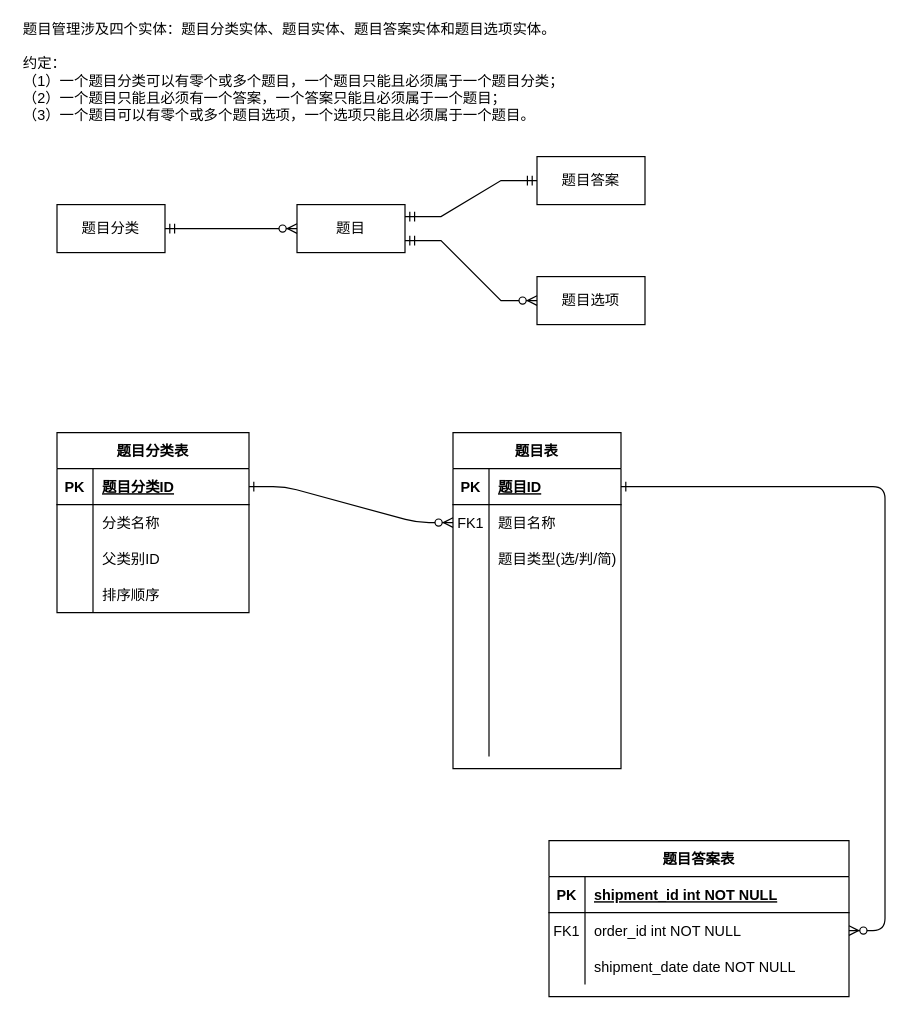
Above: 数据库设计.drawio in LittleDipper/myFile (draw.io), before the change. Source tidied: cells renumbered, new cells numbered last; positions are measured from the earlier drawing's top-left corner, leaving out a move shared by most shapes. Both pictures are drawn from the tidied source at 120%, with x=0, y=0 at pixel (20, 24).
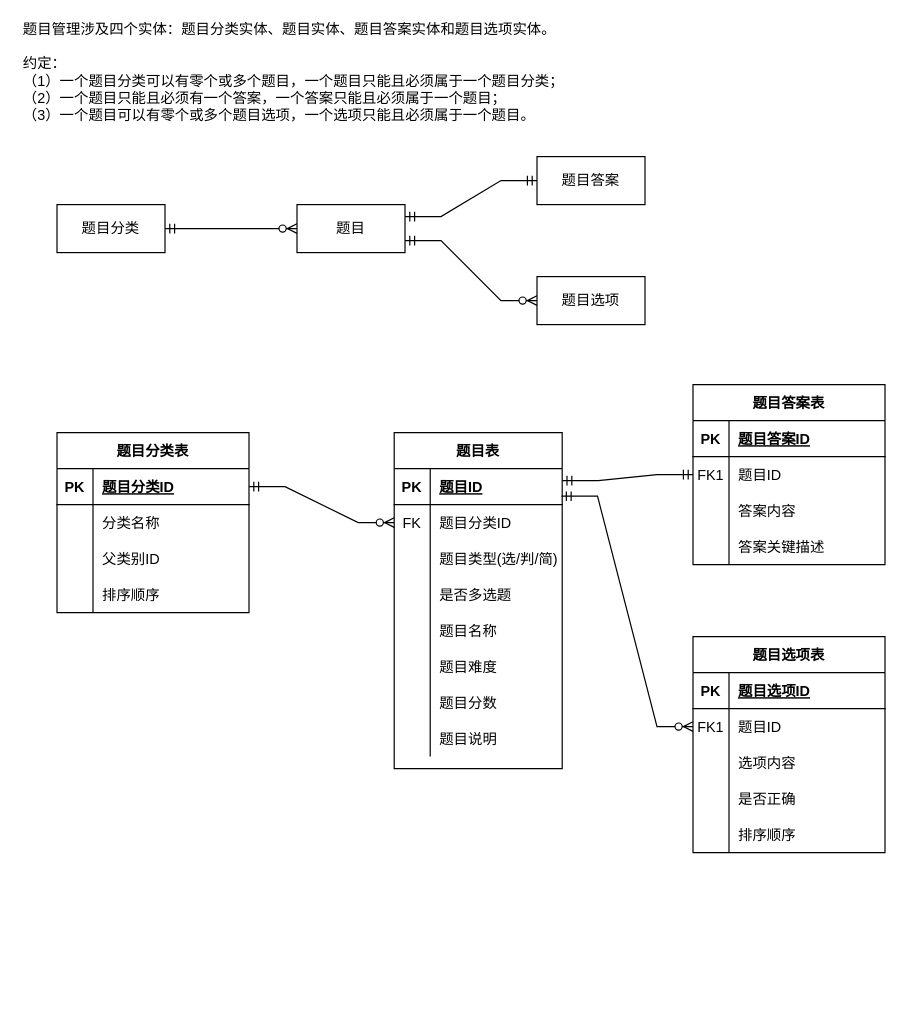
The same diagram, later.

Commit message:
更新数据库设计.drawio

The change refers to these unchanged cells:
```xml
<mxCell id="5" style="shape=partialRectangle;fillColor=none;points=[[0,0.5],[1,0.5]];portConstraint=eastwest;top=0;left=0;right=0;bottom=1;" parent="4" vertex="1">
  <mxGeometry y="30" width="140" height="30" as="geometry" />
</mxCell>
<mxCell id="8" style="shape=partialRectangle;fillColor=none;points=[[0,0.5],[1,0.5]];portConstraint=eastwest;top=0;left=0;right=0;bottom=0;" parent="4" vertex="1">
  <mxGeometry y="60" width="140" height="30" as="geometry" />
</mxCell>
<mxCell id="14" style="shape=partialRectangle;fillColor=none;top=0;left=0;right=0;bottom=0;" parent="4" vertex="1">
  <mxGeometry y="120" width="140" height="30" as="geometry" />
</mxCell>
<mxCell id="17" style="shape=partialRectangle;fillColor=none;top=0;left=0;right=0;bottom=0;" parent="4" vertex="1">
  <mxGeometry y="150" width="140" height="30" as="geometry" />
</mxCell>
<mxCell id="20" style="shape=partialRectangle;fillColor=none;top=0;left=0;right=0;bottom=0;" parent="4" vertex="1">
  <mxGeometry y="180" width="140" height="30" as="geometry" />
</mxCell>
<mxCell id="23" style="shape=partialRectangle;fillColor=none;top=0;left=0;right=0;bottom=0;" parent="4" vertex="1">
  <mxGeometry y="210" width="140" height="30" as="geometry" />
</mxCell>
<mxCell id="26" style="shape=partialRectangle;fillColor=none;top=0;left=0;right=0;bottom=0;" parent="4" vertex="1">
  <mxGeometry y="240" width="140" height="30" as="geometry" />
</mxCell>
<mxCell id="40" style="shape=partialRectangle;fillColor=none;points=[[0,0.5],[1,0.5]];portConstraint=eastwest;top=0;left=0;right=0;bottom=1;" parent="39" vertex="1">
  <mxGeometry y="30" width="160" height="30" as="geometry" />
</mxCell>
```

Diff of the diagram source:
```diff
@@
-    <mxCell id="2" style="edgeStyle=entityRelationEdgeStyle;endArrow=ERzeroToMany;startArrow=ERone;endFill=1;startFill=0;" parent="1" edge="1" source="40" target="8">
-      <mxGeometry relative="1" as="geometry" />
-    </mxCell>
-    <mxCell id="3" style="edgeStyle=entityRelationEdgeStyle;endArrow=ERzeroToMany;startArrow=ERone;endFill=1;startFill=0;" parent="1" edge="1" source="5" target="33">
-      <mxGeometry relative="1" as="geometry" />
-    </mxCell>
     <mxCell id="4" value="题目表" style="shape=table;startSize=30;childLayout=tableLayout;rowLines=0;fontStyle=1;align=center;" parent="1" vertex="1">
-      <mxGeometry x="360" y="340" width="140" height="280" as="geometry" />
+      <mxGeometry x="311" y="340" width="140" height="280" as="geometry" />
     </mxCell>
@@
-    <mxCell id="9" value="FK1" style="shape=partialRectangle;overflow=hidden;fillColor=none;top=0;left=0;bottom=0;right=0;" parent="8" vertex="1">
+    <mxCell id="9" value="FK" style="shape=partialRectangle;overflow=hidden;fillColor=none;top=0;left=0;bottom=0;right=0;" parent="8" vertex="1">
       <mxGeometry width="30" height="30" as="geometry" />
     </mxCell>
-    <mxCell id="10" value="题目名称" style="shape=partialRectangle;overflow=hidden;fillColor=none;top=0;left=0;bottom=0;right=0;align=left;spacingLeft=6;" parent="8" vertex="1">
+    <mxCell id="10" value="题目分类ID" style="shape=partialRectangle;overflow=hidden;fillColor=none;top=0;left=0;bottom=0;right=0;align=left;spacingLeft=6;" parent="8" vertex="1">
       <mxGeometry x="30" width="110" height="30" as="geometry" />
     </mxCell>
@@
-    <mxCell id="16" style="shape=partialRectangle;overflow=hidden;fillColor=none;top=0;left=0;bottom=0;right=0;align=left;spacingLeft=6;" parent="14" vertex="1">
+    <mxCell id="16" value="是否多选题" style="shape=partialRectangle;overflow=hidden;fillColor=none;top=0;left=0;bottom=0;right=0;align=left;spacingLeft=6;" parent="14" vertex="1">
       <mxGeometry x="30" width="110" height="30" as="geometry" />
     </mxCell>
@@
-    <mxCell id="19" style="shape=partialRectangle;overflow=hidden;fillColor=none;top=0;left=0;bottom=0;right=0;align=left;spacingLeft=6;" parent="17" vertex="1">
+    <mxCell id="19" value="题目名称" style="shape=partialRectangle;overflow=hidden;fillColor=none;top=0;left=0;bottom=0;right=0;align=left;spacingLeft=6;" parent="17" vertex="1">
       <mxGeometry x="30" width="110" height="30" as="geometry" />
     </mxCell>
@@
-    <mxCell id="22" style="shape=partialRectangle;overflow=hidden;fillColor=none;top=0;left=0;bottom=0;right=0;align=left;spacingLeft=6;" parent="20" vertex="1">
+    <mxCell id="22" value="题目难度" style="shape=partialRectangle;overflow=hidden;fillColor=none;top=0;left=0;bottom=0;right=0;align=left;spacingLeft=6;" parent="20" vertex="1">
       <mxGeometry x="30" width="110" height="30" as="geometry" />
     </mxCell>
@@
-    <mxCell id="25" style="shape=partialRectangle;overflow=hidden;fillColor=none;top=0;left=0;bottom=0;right=0;align=left;spacingLeft=6;" parent="23" vertex="1">
+    <mxCell id="25" value="题目分数" style="shape=partialRectangle;overflow=hidden;fillColor=none;top=0;left=0;bottom=0;right=0;align=left;spacingLeft=6;" parent="23" vertex="1">
       <mxGeometry x="30" width="110" height="30" as="geometry" />
     </mxCell>
@@
-    <mxCell id="28" style="shape=partialRectangle;overflow=hidden;fillColor=none;top=0;left=0;bottom=0;right=0;align=left;spacingLeft=6;" parent="26" vertex="1">
+    <mxCell id="28" value="题目说明" style="shape=partialRectangle;overflow=hidden;fillColor=none;top=0;left=0;bottom=0;right=0;align=left;spacingLeft=6;" parent="26" vertex="1">
       <mxGeometry x="30" width="110" height="30" as="geometry" />
     </mxCell>
     <mxCell id="29" value="题目答案表" style="shape=table;startSize=30;childLayout=tableLayout;rowLines=0;fontStyle=1;align=center;" parent="1" vertex="1">
-      <mxGeometry x="440" y="680" width="250" height="130" as="geometry" />
+      <mxGeometry x="560" y="300" width="160" height="150" as="geometry" />
     </mxCell>
     <mxCell id="30" style="shape=partialRectangle;fillColor=none;top=0;left=0;right=0;bottom=1;" parent="29" vertex="1">
-      <mxGeometry y="30" width="250" height="30" as="geometry" />
+      <mxGeometry y="30" width="160" height="30" as="geometry" />
     </mxCell>
@@
-    <mxCell id="32" value="shipment_id int NOT NULL " style="shape=partialRectangle;overflow=hidden;fillColor=none;top=0;left=0;bottom=0;right=0;align=left;spacingLeft=6;fontStyle=5;" parent="30" vertex="1">
-      <mxGeometry x="30" width="220" height="30" as="geometry" />
+    <mxCell id="32" value="题目答案ID" style="shape=partialRectangle;overflow=hidden;fillColor=none;top=0;left=0;bottom=0;right=0;align=left;spacingLeft=6;fontStyle=5;" parent="30" vertex="1">
+      <mxGeometry x="30" width="130" height="30" as="geometry" />
     </mxCell>
     <mxCell id="33" style="shape=partialRectangle;fillColor=none;points=[[0,0.5],[1,0.5]];portConstraint=eastwest;top=0;left=0;right=0;bottom=0;" parent="29" vertex="1">
-      <mxGeometry y="60" width="250" height="30" as="geometry" />
+      <mxGeometry y="60" width="160" height="30" as="geometry" />
     </mxCell>
@@
-    <mxCell id="35" value="order_id int NOT NULL" style="shape=partialRectangle;overflow=hidden;fillColor=none;top=0;left=0;bottom=0;right=0;align=left;spacingLeft=6;" parent="33" vertex="1">
-      <mxGeometry x="30" width="220" height="30" as="geometry" />
+    <mxCell id="35" value="题目ID" style="shape=partialRectangle;overflow=hidden;fillColor=none;top=0;left=0;bottom=0;right=0;align=left;spacingLeft=6;" parent="33" vertex="1">
+      <mxGeometry x="30" width="130" height="30" as="geometry" />
     </mxCell>
     <mxCell id="36" style="shape=partialRectangle;fillColor=none;top=0;left=0;right=0;bottom=0;" parent="29" vertex="1">
-      <mxGeometry y="90" width="250" height="30" as="geometry" />
+      <mxGeometry y="90" width="160" height="30" as="geometry" />
     </mxCell>
@@
-    <mxCell id="38" value="shipment_date date NOT NULL" style="shape=partialRectangle;overflow=hidden;fillColor=none;top=0;left=0;bottom=0;right=0;align=left;spacingLeft=6;" parent="36" vertex="1">
-      <mxGeometry x="30" width="220" height="30" as="geometry" />
+    <mxCell id="38" value="答案内容" style="shape=partialRectangle;overflow=hidden;fillColor=none;top=0;left=0;bottom=0;right=0;align=left;spacingLeft=6;" parent="36" vertex="1">
+      <mxGeometry x="30" width="130" height="30" as="geometry" />
     </mxCell>
+    <mxCell id="60" style="shape=partialRectangle;fillColor=none;top=0;left=0;right=0;bottom=0;" parent="29" vertex="1">
+      <mxGeometry y="120" width="160" height="30" as="geometry" />
+    </mxCell>
+    <mxCell id="61" style="shape=partialRectangle;overflow=hidden;fillColor=none;top=0;left=0;bottom=0;right=0;" parent="60" vertex="1">
+      <mxGeometry width="30" height="30" as="geometry" />
+    </mxCell>
+    <mxCell id="62" value="答案关键描述" style="shape=partialRectangle;overflow=hidden;fillColor=none;top=0;left=0;bottom=0;right=0;align=left;spacingLeft=6;" parent="60" vertex="1">
+      <mxGeometry x="30" width="130" height="30" as="geometry" />
+    </mxCell>
@@
+    <mxCell id="2" style="edgeStyle=entityRelationEdgeStyle;fontSize=12;html=1;endArrow=ERzeroToMany;startArrow=ERmandOne;rounded=0;exitX=1;exitY=0.5;exitDx=0;exitDy=0;entryX=0;entryY=0.5;entryDx=0;entryDy=0;" parent="1" edge="1" source="40" target="8">
+      <mxGeometry relative="1" as="geometry" />
+    </mxCell>
+    <mxCell id="3" style="edgeStyle=entityRelationEdgeStyle;fontSize=12;html=1;endArrow=ERmandOne;startArrow=ERmandOne;rounded=0;exitX=1;exitY=0.333;exitDx=0;exitDy=0;entryX=0;entryY=0.5;entryDx=0;entryDy=0;exitPerimeter=0;" parent="1" edge="1" source="5" target="33">
+      <mxGeometry relative="1" as="geometry" />
+    </mxCell>
+    <mxCell id="63" value="题目选项表" style="shape=table;startSize=30;childLayout=tableLayout;rowLines=0;fontStyle=1;align=center;" parent="1" vertex="1">
+      <mxGeometry x="560" y="510" width="160" height="180" as="geometry" />
+    </mxCell>
+    <mxCell id="64" style="shape=partialRectangle;fillColor=none;top=0;left=0;right=0;bottom=1;" parent="63" vertex="1">
+      <mxGeometry y="30" width="160" height="30" as="geometry" />
+    </mxCell>
+    <mxCell id="65" value="PK" style="shape=partialRectangle;overflow=hidden;fillColor=none;top=0;left=0;bottom=0;right=0;fontStyle=1;" parent="64" vertex="1">
+      <mxGeometry width="30" height="30" as="geometry" />
+    </mxCell>
+    <mxCell id="66" value="题目选项ID" style="shape=partialRectangle;overflow=hidden;fillColor=none;top=0;left=0;bottom=0;right=0;align=left;spacingLeft=6;fontStyle=5;" parent="64" vertex="1">
+      <mxGeometry x="30" width="130" height="30" as="geometry" />
+    </mxCell>
+    <mxCell id="67" style="shape=partialRectangle;fillColor=none;points=[[0,0.5],[1,0.5]];portConstraint=eastwest;top=0;left=0;right=0;bottom=0;" parent="63" vertex="1">
+      <mxGeometry y="60" width="160" height="30" as="geometry" />
+    </mxCell>
+    <mxCell id="68" value="FK1" style="shape=partialRectangle;overflow=hidden;fillColor=none;top=0;left=0;bottom=0;right=0;" parent="67" vertex="1">
+      <mxGeometry width="30" height="30" as="geometry" />
+    </mxCell>
+    <mxCell id="69" value="题目ID" style="shape=partialRectangle;overflow=hidden;fillColor=none;top=0;left=0;bottom=0;right=0;align=left;spacingLeft=6;" parent="67" vertex="1">
+      <mxGeometry x="30" width="130" height="30" as="geometry" />
+    </mxCell>
+    <mxCell id="70" style="shape=partialRectangle;fillColor=none;top=0;left=0;right=0;bottom=0;" parent="63" vertex="1">
+      <mxGeometry y="90" width="160" height="30" as="geometry" />
+    </mxCell>
+    <mxCell id="71" style="shape=partialRectangle;overflow=hidden;fillColor=none;top=0;left=0;bottom=0;right=0;" parent="70" vertex="1">
+      <mxGeometry width="30" height="30" as="geometry" />
+    </mxCell>
+    <mxCell id="72" value="选项内容" style="shape=partialRectangle;overflow=hidden;fillColor=none;top=0;left=0;bottom=0;right=0;align=left;spacingLeft=6;" parent="70" vertex="1">
+      <mxGeometry x="30" width="130" height="30" as="geometry" />
+    </mxCell>
+    <mxCell id="73" style="shape=partialRectangle;fillColor=none;top=0;left=0;right=0;bottom=0;" parent="63" vertex="1">
+      <mxGeometry y="120" width="160" height="30" as="geometry" />
+    </mxCell>
+    <mxCell id="74" style="shape=partialRectangle;overflow=hidden;fillColor=none;top=0;left=0;bottom=0;right=0;" parent="73" vertex="1">
+      <mxGeometry width="30" height="30" as="geometry" />
+    </mxCell>
+    <mxCell id="75" value="是否正确" style="shape=partialRectangle;overflow=hidden;fillColor=none;top=0;left=0;bottom=0;right=0;align=left;spacingLeft=6;" parent="73" vertex="1">
+      <mxGeometry x="30" width="130" height="30" as="geometry" />
+    </mxCell>
+    <mxCell id="76" style="shape=partialRectangle;fillColor=none;top=0;left=0;right=0;bottom=0;" parent="63" vertex="1">
+      <mxGeometry y="150" width="160" height="30" as="geometry" />
+    </mxCell>
+    <mxCell id="77" style="shape=partialRectangle;overflow=hidden;fillColor=none;top=0;left=0;bottom=0;right=0;" parent="76" vertex="1">
+      <mxGeometry width="30" height="30" as="geometry" />
+    </mxCell>
+    <mxCell id="78" value="排序顺序" style="shape=partialRectangle;overflow=hidden;fillColor=none;top=0;left=0;bottom=0;right=0;align=left;spacingLeft=6;" parent="76" vertex="1">
+      <mxGeometry x="30" width="130" height="30" as="geometry" />
+    </mxCell>
+    <mxCell id="79" style="edgeStyle=entityRelationEdgeStyle;fontSize=12;html=1;endArrow=ERzeroToMany;startArrow=ERmandOne;rounded=0;exitX=0.996;exitY=0.767;exitDx=0;exitDy=0;exitPerimeter=0;entryX=0;entryY=0.5;entryDx=0;entryDy=0;" parent="1" edge="1" source="5" target="67">
+      <mxGeometry relative="1" as="geometry" />
+    </mxCell>
```
